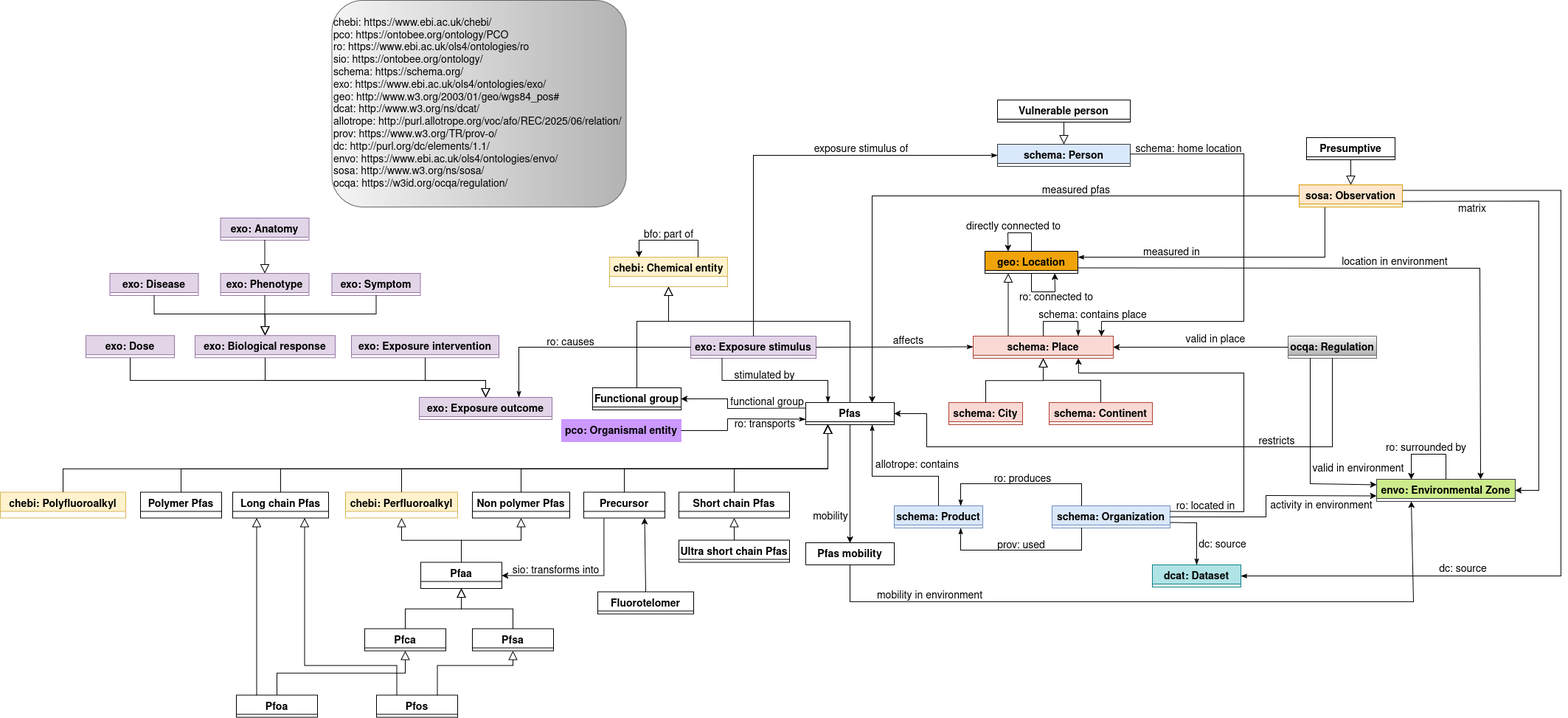
Before: ontology/schemas/schema.png, a diagram exported from draw.io (davide1797/OntoPFAS). Source tidied: cells renumbered, new cells last; positions are measured from the earlier drawing's top-left corner, leaving out a move shared by most shapes.
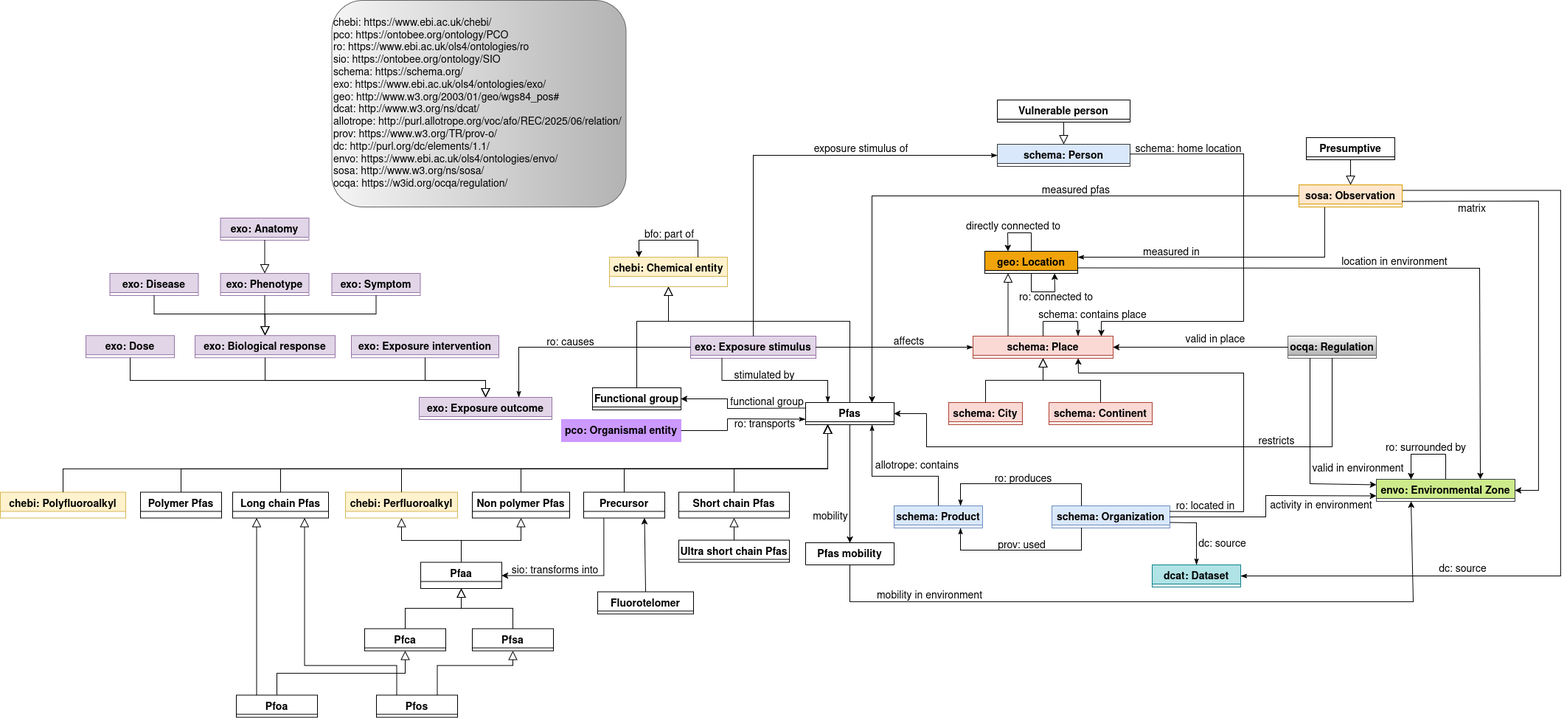
The same diagram one commit later.

Diff of the diagram source:
```diff
@@ -718,7 +718,7 @@
         <mxPoint x="1398" y="315" as="sourcePoint" />
       </mxGeometry>
     </mxCell>
-    <mxCell id="150" value="&lt;div align=&quot;left&quot;&gt;&lt;font style=&quot;font-size: 14px;&quot;&gt;chebi: https://www.ebi.ac.uk/chebi/&amp;nbsp;&lt;br&gt;pco: https://ontobee.org/ontology/PCO&lt;br&gt;ro: https://www.ebi.ac.uk/ols4/ontologies/ro&lt;br&gt;sio: https://ontobee.org/ontology/&lt;/font&gt;&lt;div align=&quot;left&quot;&gt;&lt;font style=&quot;font-size: 14px;&quot;&gt;schema: https://schema.org/&lt;/font&gt;&lt;br&gt;&lt;font style=&quot;font-size: 14px;&quot;&gt;exo: https://www.ebi.ac.uk/ols4/ontologies/exo/&lt;/font&gt;&lt;/div&gt;&lt;div align=&quot;left&quot;&gt;&lt;font style=&quot;font-size: 14px;&quot;&gt;geo: http://www.w3.org/2003/01/geo/wgs84_pos#&lt;/font&gt;&lt;br&gt;&lt;font style=&quot;font-size: 14px;&quot;&gt;dcat: http://www.w3.org/ns/dcat/&lt;/font&gt;&lt;br&gt;&lt;font style=&quot;font-size: 14px;&quot;&gt;allotrope: http://purl.allotrope.org/voc/afo/REC/2025/06/relation/&lt;/font&gt;&lt;br&gt;&lt;font style=&quot;font-size: 14px;&quot;&gt;prov: https://www.w3.org/TR/prov-o/&lt;/font&gt;&lt;/div&gt;&lt;div align=&quot;left&quot;&gt;&lt;font style=&quot;font-size: 14px;&quot;&gt;dc: http://purl.org/dc/elements/1.1/&lt;/font&gt;&lt;br&gt;&lt;div align=&quot;left&quot;&gt;&lt;font style=&quot;font-size: 14px;&quot;&gt;envo: https://www.ebi.ac.uk/ols4/ontologies/envo/&lt;br&gt;sosa: http://www.w3.org/ns/sosa/&lt;br&gt;ocqa: https://w3id.org/ocqa/regulation/&lt;/font&gt;&lt;/div&gt;&lt;/div&gt;&lt;/div&gt;" style="rounded=1;whiteSpace=wrap;html=1;align=left;fillColor=#f5f5f5;strokeColor=#666666;gradientColor=#b3b3b3;gradientDirection=east;" parent="1" vertex="1">
+    <mxCell id="150" value="&lt;div align=&quot;left&quot;&gt;&lt;font style=&quot;font-size: 14px;&quot;&gt;chebi: https://www.ebi.ac.uk/chebi/&amp;nbsp;&lt;br&gt;pco: https://ontobee.org/ontology/PCO&lt;br&gt;ro: https://www.ebi.ac.uk/ols4/ontologies/ro&lt;br&gt;sio: https://ontobee.org/ontology/SIO&lt;/font&gt;&lt;div align=&quot;left&quot;&gt;&lt;font style=&quot;font-size: 14px;&quot;&gt;schema: https://schema.org/&lt;/font&gt;&lt;br&gt;&lt;font style=&quot;font-size: 14px;&quot;&gt;exo: https://www.ebi.ac.uk/ols4/ontologies/exo/&lt;/font&gt;&lt;/div&gt;&lt;div align=&quot;left&quot;&gt;&lt;font style=&quot;font-size: 14px;&quot;&gt;geo: http://www.w3.org/2003/01/geo/wgs84_pos#&lt;/font&gt;&lt;br&gt;&lt;font style=&quot;font-size: 14px;&quot;&gt;dcat: http://www.w3.org/ns/dcat/&lt;/font&gt;&lt;br&gt;&lt;font style=&quot;font-size: 14px;&quot;&gt;allotrope: http://purl.allotrope.org/voc/afo/REC/2025/06/relation/&lt;/font&gt;&lt;br&gt;&lt;font style=&quot;font-size: 14px;&quot;&gt;prov: https://www.w3.org/TR/prov-o/&lt;/font&gt;&lt;/div&gt;&lt;div align=&quot;left&quot;&gt;&lt;font style=&quot;font-size: 14px;&quot;&gt;dc: http://purl.org/dc/elements/1.1/&lt;/font&gt;&lt;br&gt;&lt;div align=&quot;left&quot;&gt;&lt;font style=&quot;font-size: 14px;&quot;&gt;envo: https://www.ebi.ac.uk/ols4/ontologies/envo/&lt;br&gt;sosa: http://www.w3.org/ns/sosa/&lt;br&gt;ocqa: https://w3id.org/ocqa/regulation/&lt;/font&gt;&lt;/div&gt;&lt;/div&gt;&lt;/div&gt;" style="rounded=1;whiteSpace=wrap;html=1;align=left;fillColor=#f5f5f5;strokeColor=#666666;gradientColor=#b3b3b3;gradientDirection=east;" parent="1" vertex="1">
       <mxGeometry x="449.5" width="399" height="280" as="geometry" />
     </mxCell>
   </root>
```
